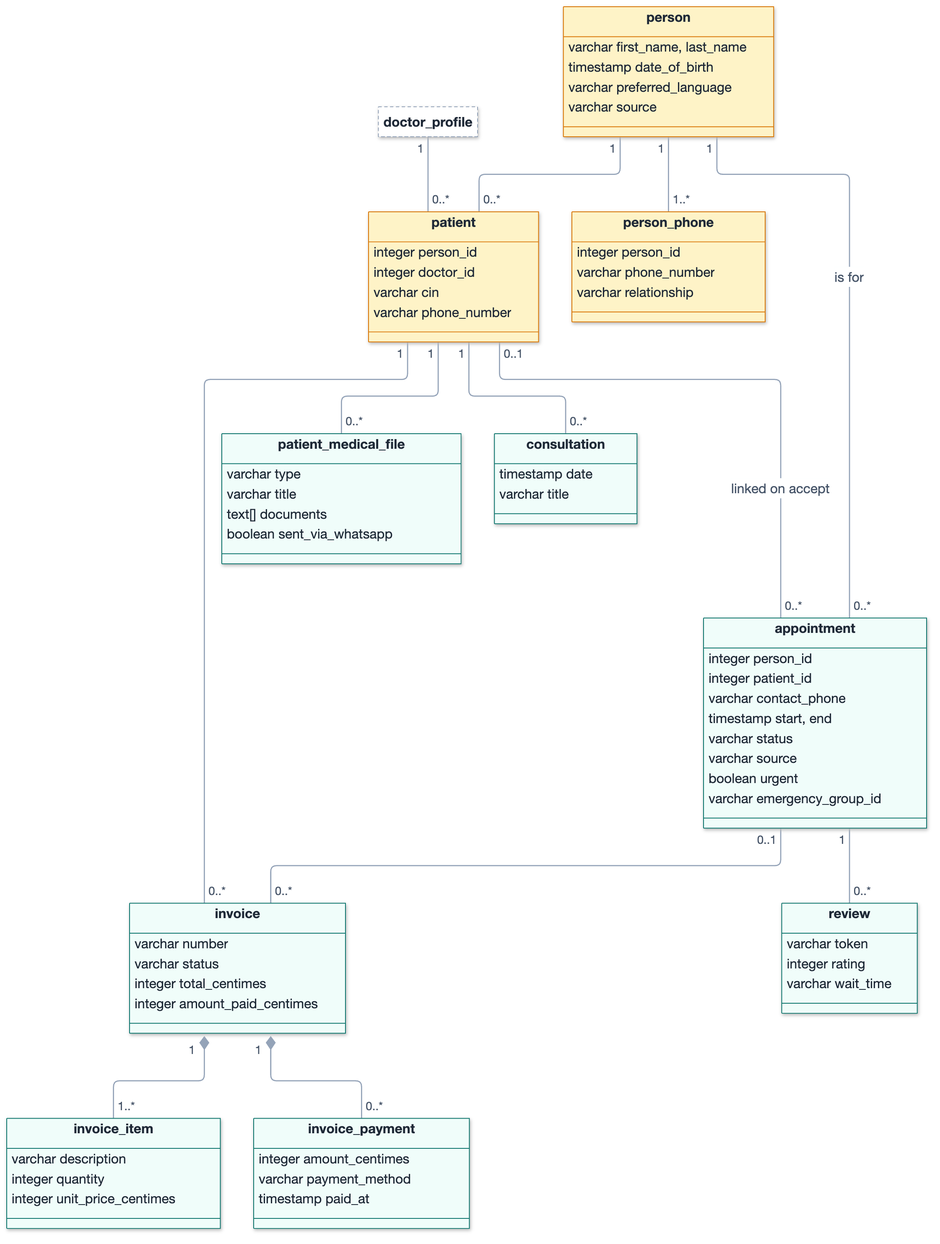
AtriOmar/riaya-report keeps this Mermaid diagram as images/diagrams/class_diagram_people_care.png. Above is the earlier version. Its source is kept beside it as images/diagrams/src/class_diagram_people_care.mmd.
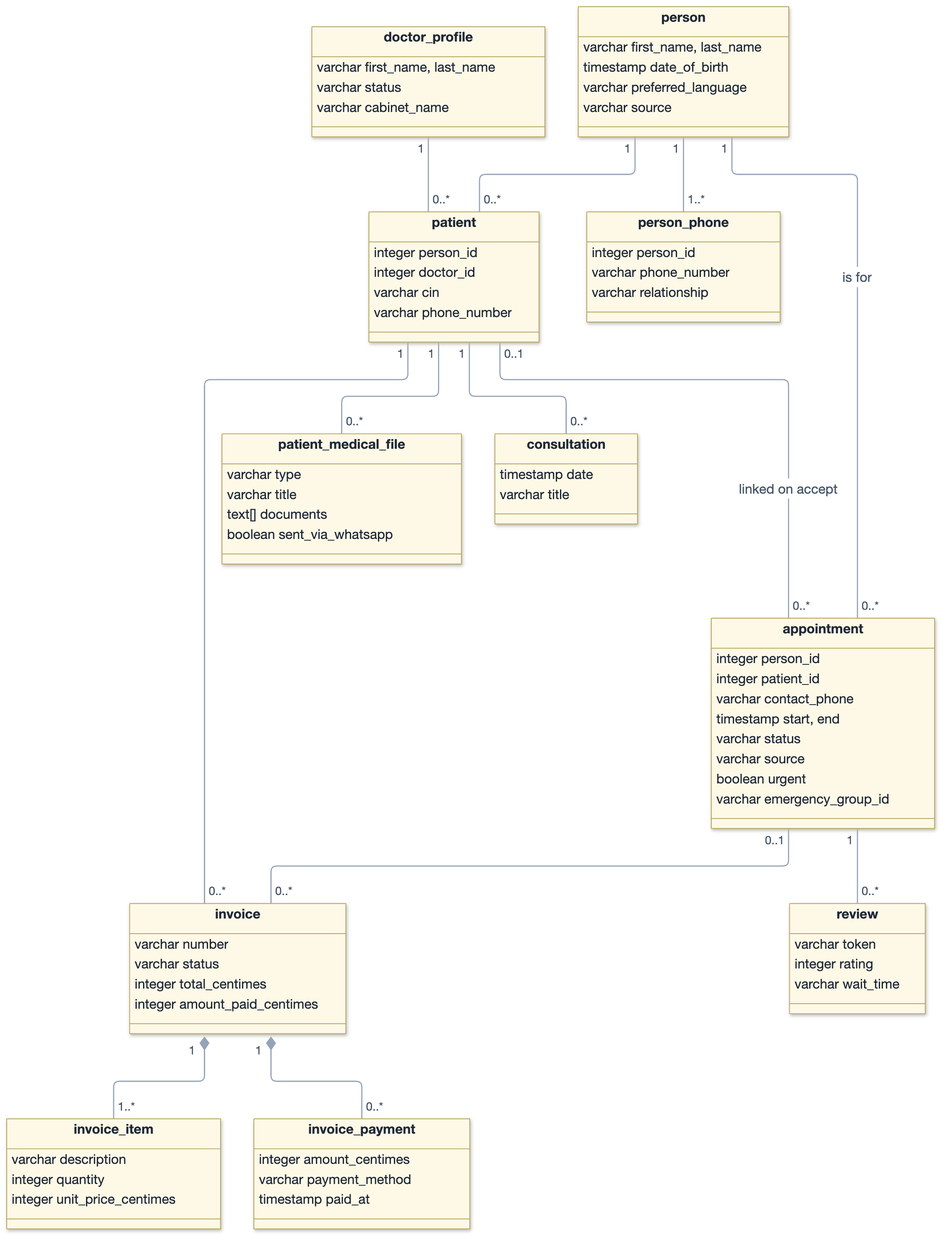
Above is the later version.

Change to the diagram source:
```diff
@@ -1,7 +1,11 @@
 classDiagram
 direction TB
 
-class doctor_profile
+class doctor_profile {
+  varchar first_name, last_name
+  varchar status
+  varchar cabinet_name
+}
 class person {
   varchar first_name, last_name
   timestamp date_of_birth
@@ -73,7 +77,3 @@
 patient "1" -- "0..*" invoice
 invoice "1" *-- "1..*" invoice_item
 invoice "1" *-- "0..*" invoice_payment
-style doctor_profile fill:#FFFFFF,stroke:#94A3B8,stroke-dasharray:4 3
-style person fill:#FEF3C7,stroke:#D97706
-style person_phone fill:#FEF3C7,stroke:#D97706
-style patient fill:#FEF3C7,stroke:#D97706
```
